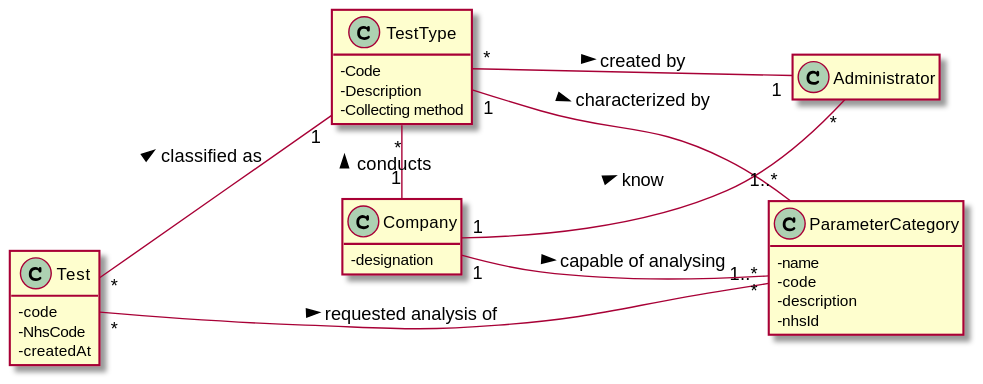
ana-albergaria/LAPR2-ISEP keeps this PlantUML diagram as docs/SprintB/US_9/US9_DM.svg. Above is the earlier version.
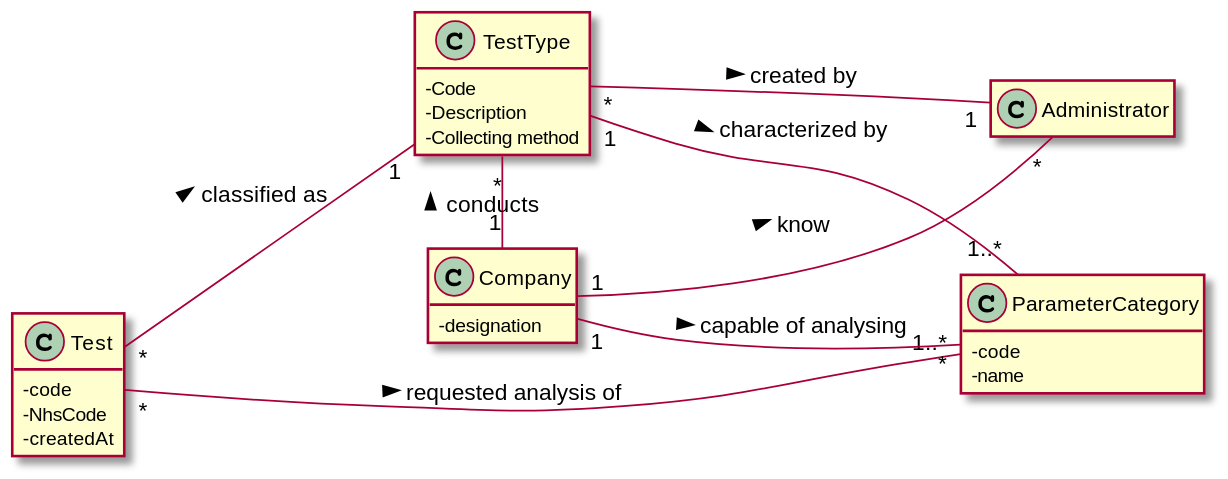
After the commit.

The edit, as a diff of the source:
```diff
@@ -9,10 +9,8 @@
 - designation
 }
 class ParameterCategory{
-- name
-- code
-- description
-- nhsId
+  -code
+  -name
 }
 class TestType{
 - Code
@@ -23,7 +21,6 @@
 - code
 - NhsCode
 - createdAt
-
 }
 
  TestType -[hidden]right-|> Company
```
